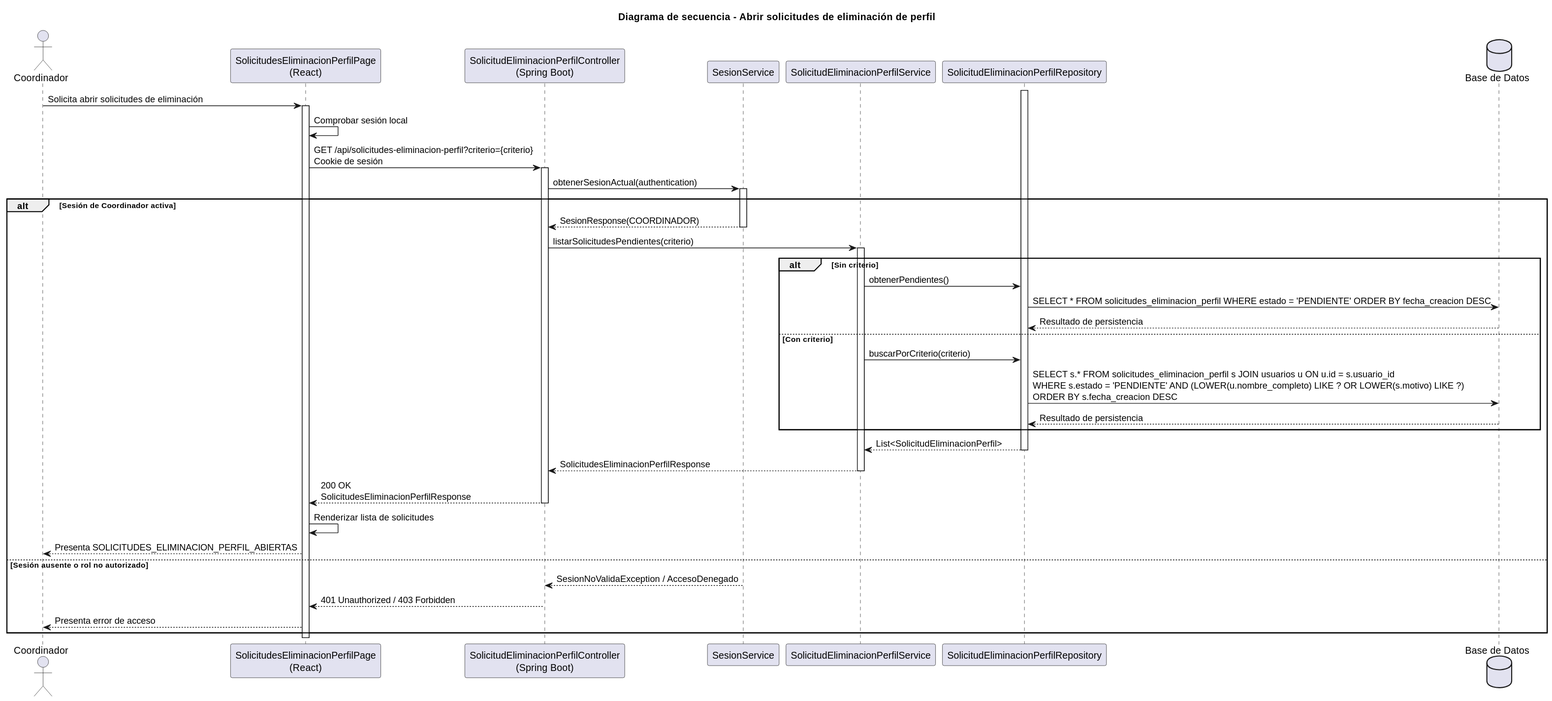
This is images/RUP/02-diseño/casos-uso/coordinador/abrirSolicitudesEliminacionPerfil/secuencia.svg from beatriizorozco/25-26-idsw2-sdVC, a PlantUML export, as it was before one commit.
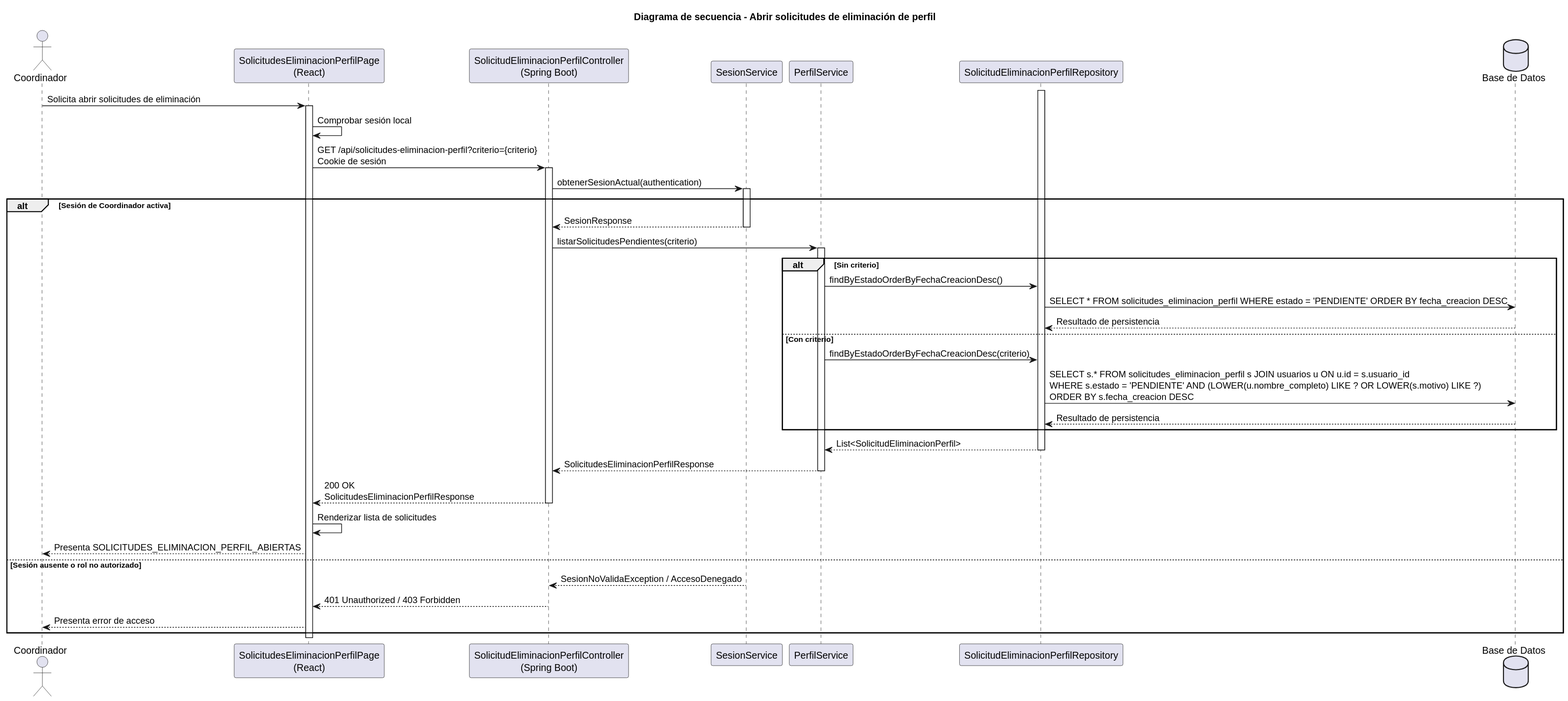
Above is the later version.

Change to the diagram source:
```diff
@@ -5,7 +5,7 @@
 participant "SolicitudesEliminacionPerfilPage\n(React)" as Frontend
 participant "SolicitudEliminacionPerfilController\n(Spring Boot)" as Api
 participant "SesionService" as Sesion
-participant "SolicitudEliminacionPerfilService" as SolicitudService
+participant "PerfilService" as SolicitudService
 participant "SolicitudEliminacionPerfilRepository" as SolicitudRepository
 database "Base de Datos" as DB
 
@@ -17,16 +17,16 @@
 Api -> Sesion: obtenerSesionActual(authentication)
 activate Sesion
 alt Sesión de Coordinador activa
-    Sesion --> Api: SesionResponse(COORDINADOR)
+    Sesion --> Api: SesionResponse
     deactivate Sesion
     Api -> SolicitudService: listarSolicitudesPendientes(criterio)
     activate SolicitudService
     alt Sin criterio
-        SolicitudService -> SolicitudRepository: obtenerPendientes()
+        SolicitudService -> SolicitudRepository: findByEstadoOrderByFechaCreacionDesc()
         SolicitudRepository -> DB: SELECT * FROM solicitudes_eliminacion_perfil WHERE estado = 'PENDIENTE' ORDER BY fecha_creacion DESC
         DB --> SolicitudRepository: Resultado de persistencia
     else Con criterio
-        SolicitudService -> SolicitudRepository: buscarPorCriterio(criterio)
+        SolicitudService -> SolicitudRepository: findByEstadoOrderByFechaCreacionDesc(criterio)
     SolicitudRepository -> DB: SELECT s.* FROM solicitudes_eliminacion_perfil s JOIN usuarios u ON u.id = s.usuario_id\nWHERE s.estado = 'PENDIENTE' AND (LOWER(u.nombre_completo) LIKE ? OR LOWER(s.motivo) LIKE ?)\nORDER BY s.fecha_creacion DESC
         DB --> SolicitudRepository: Resultado de persistencia
     end
```
